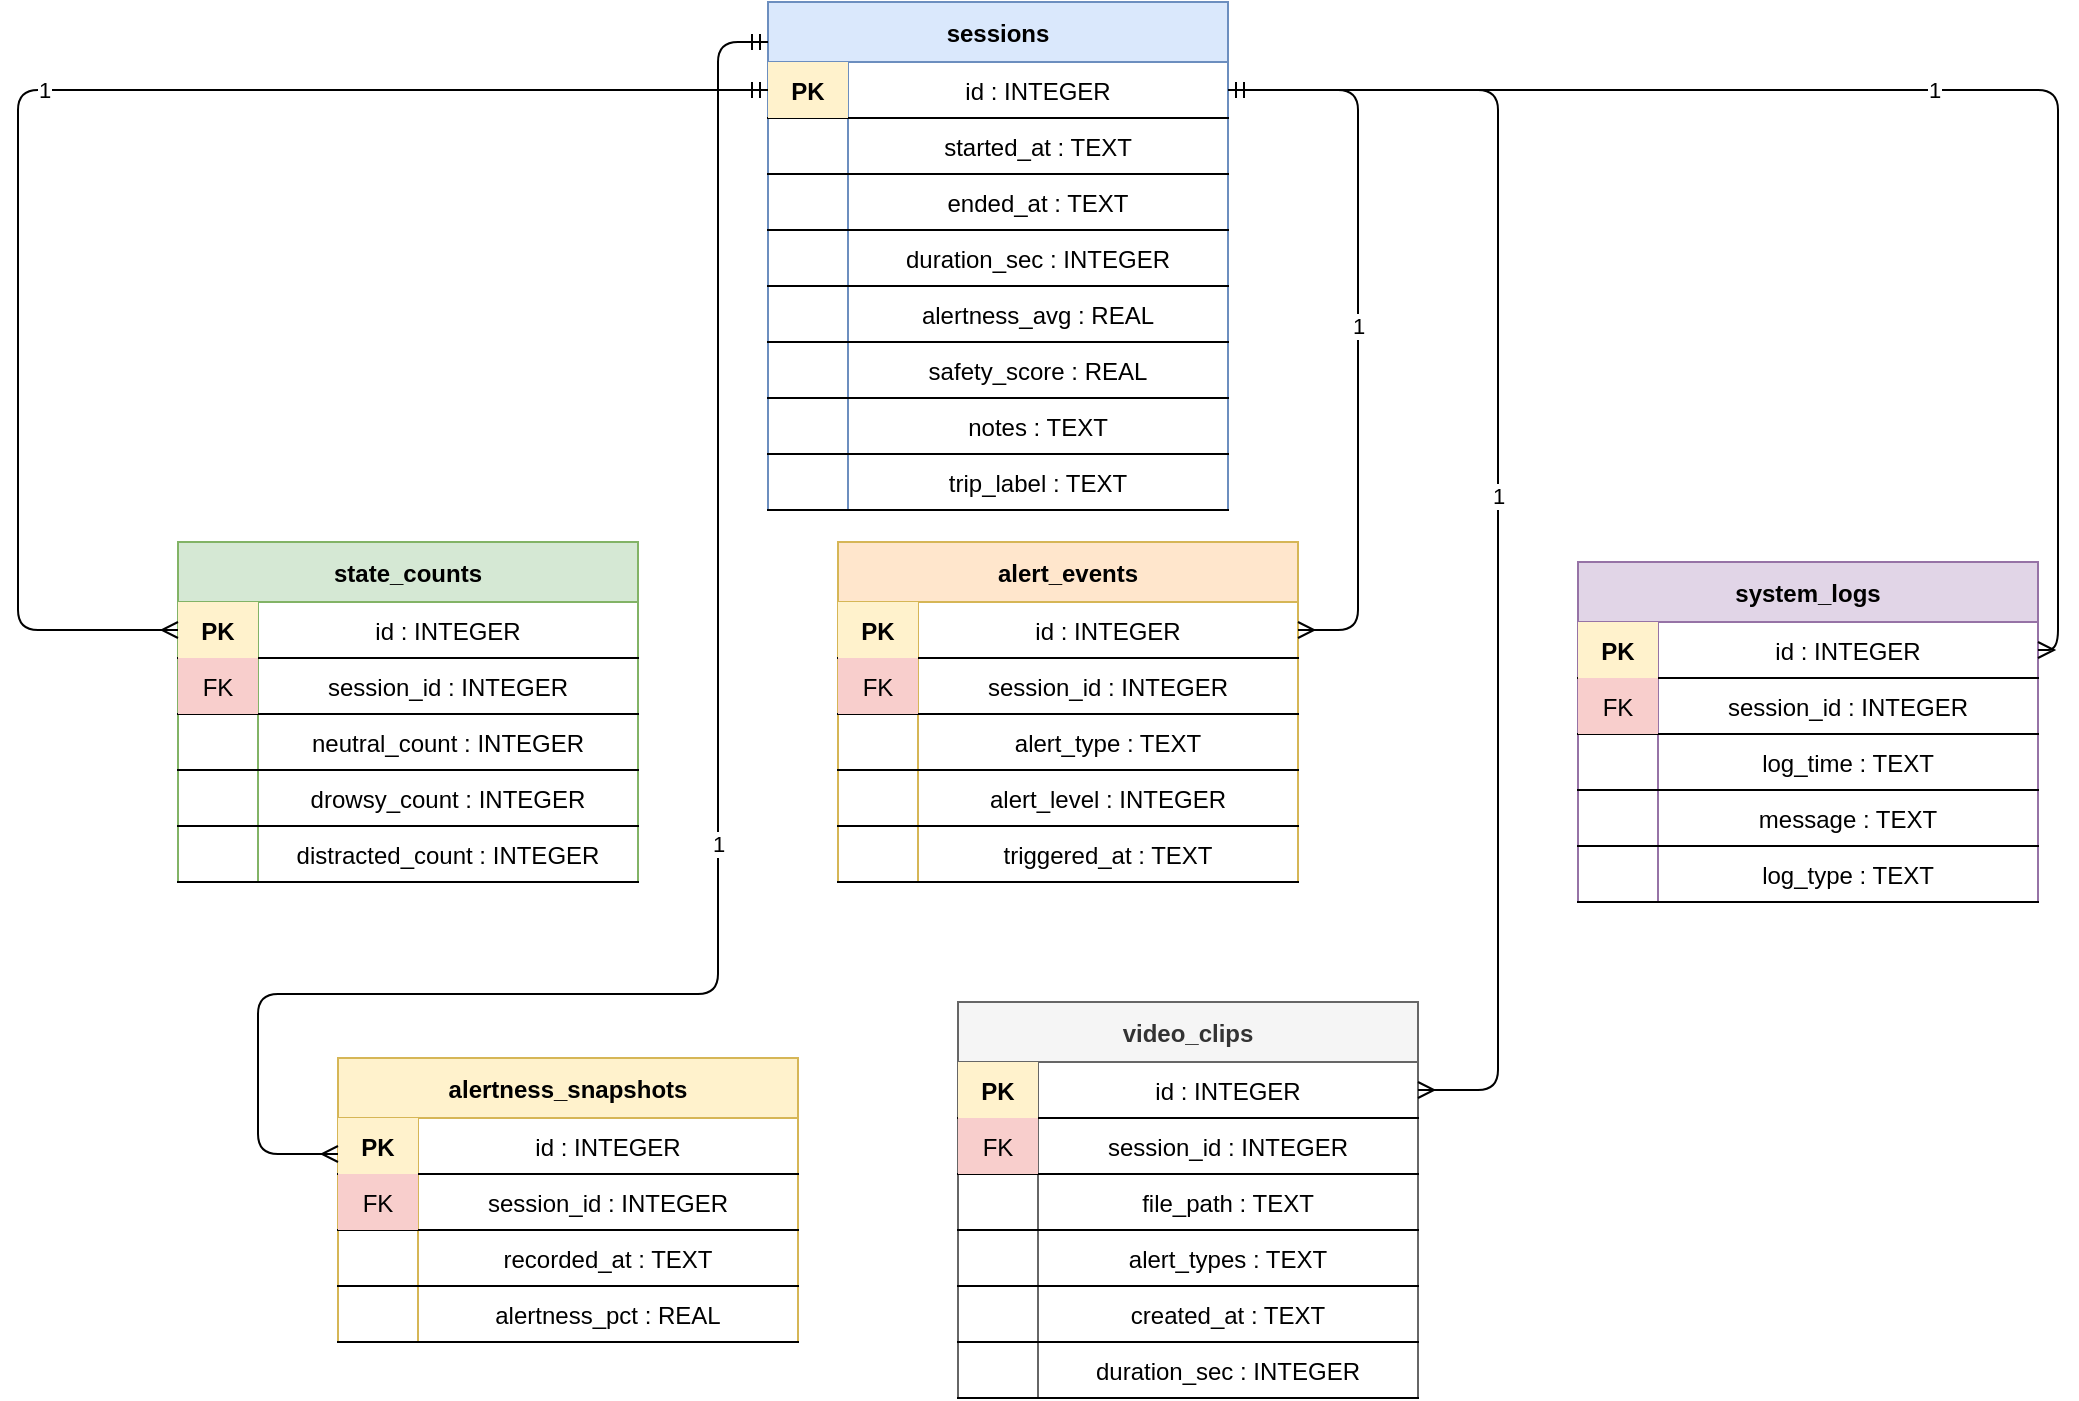
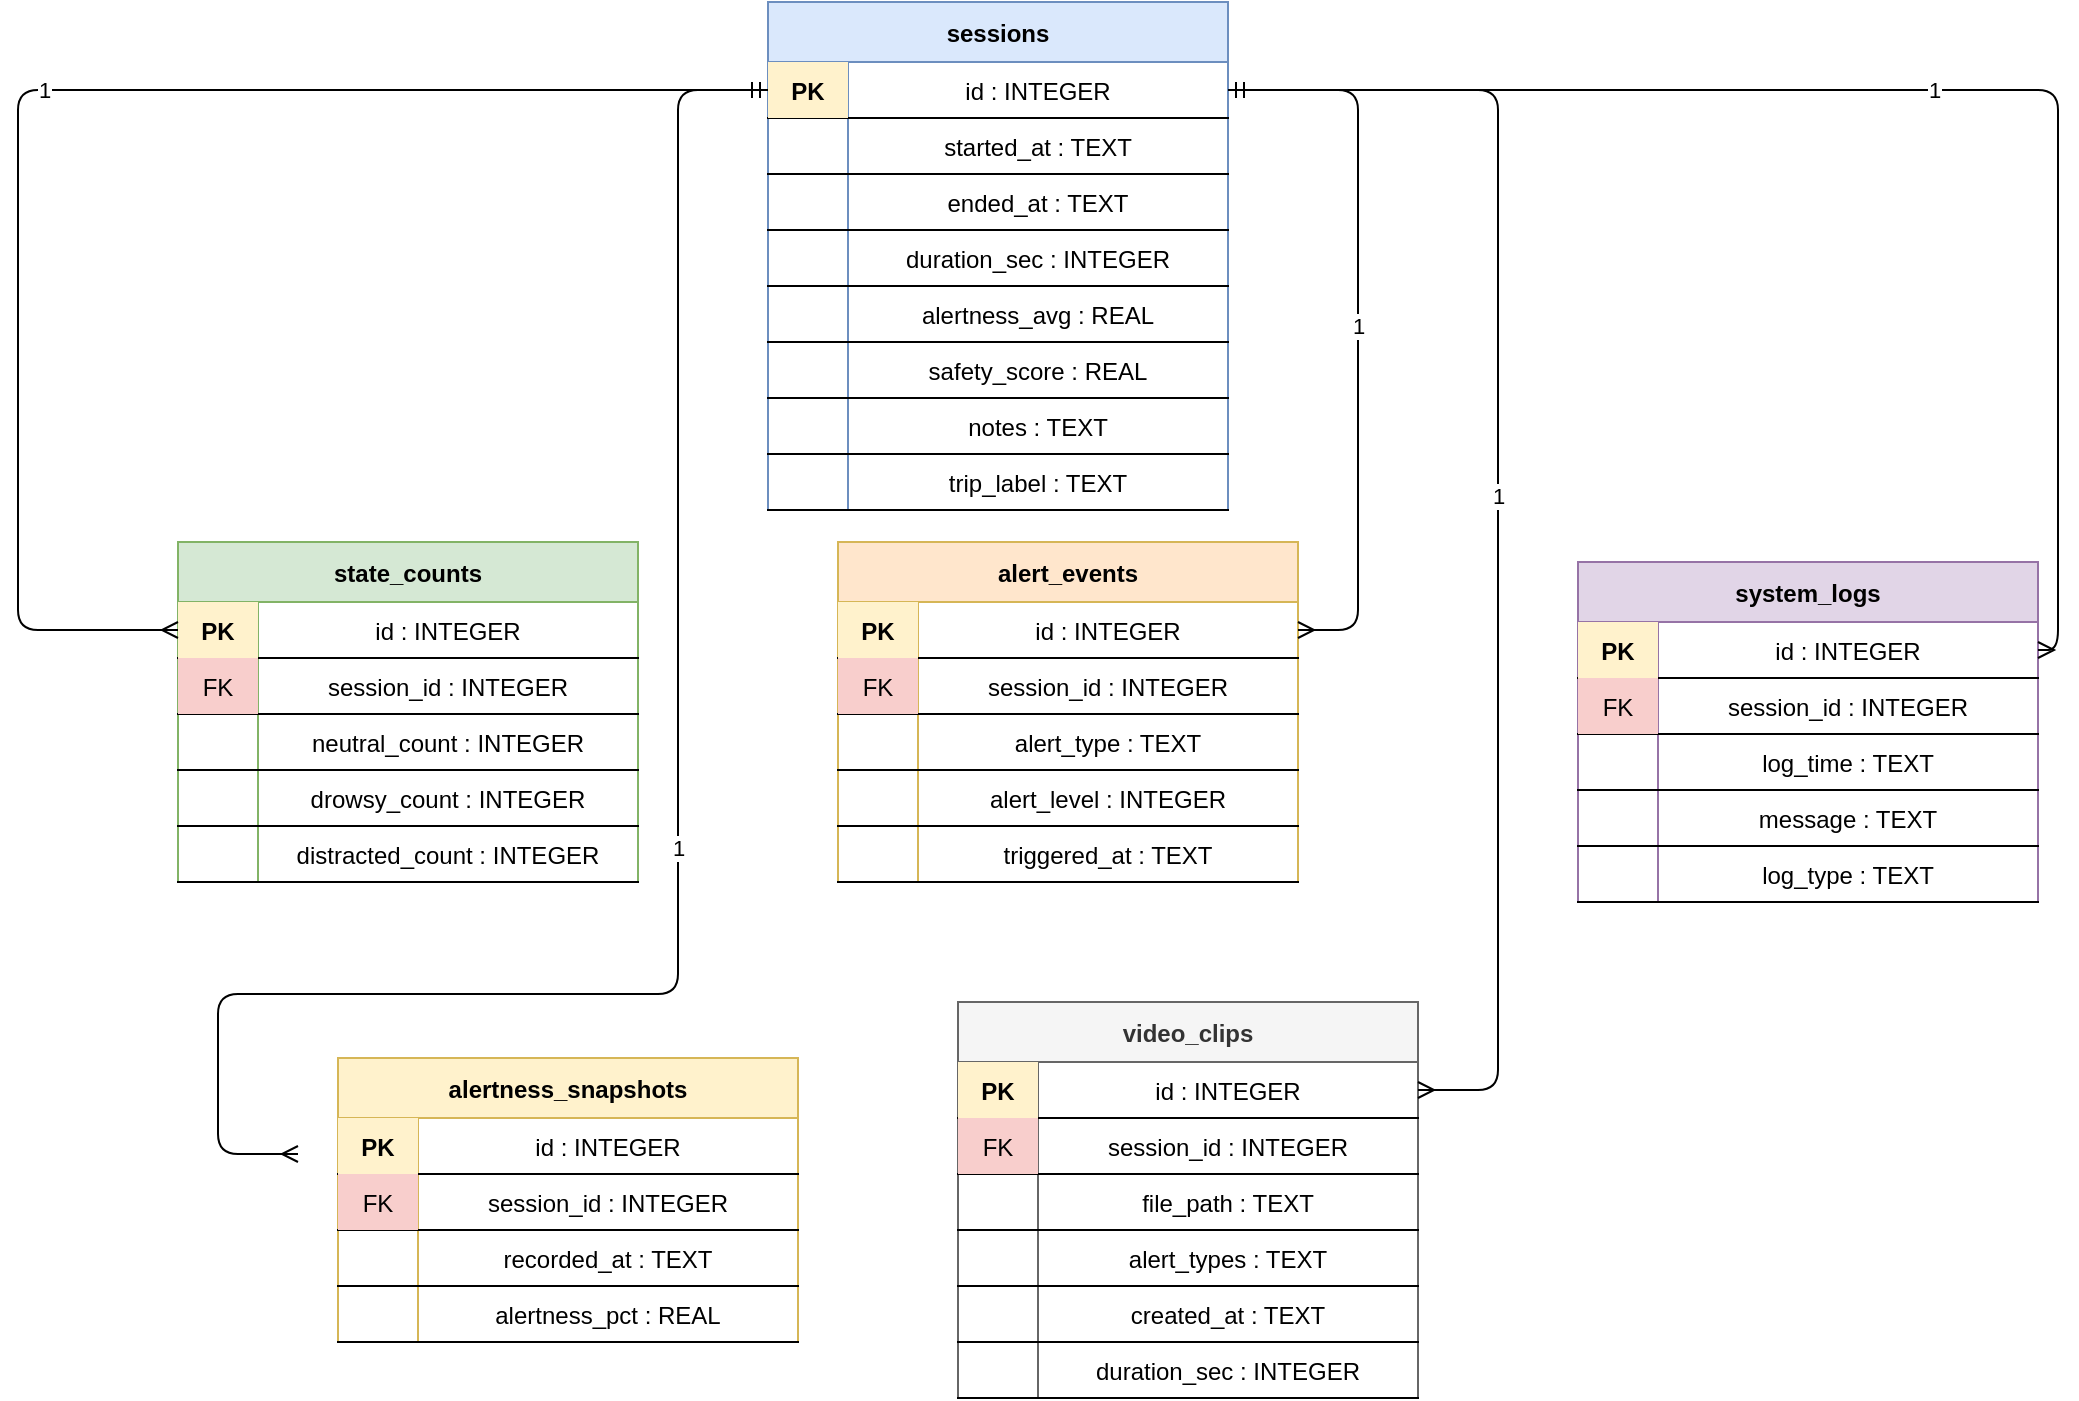
<mxfile host="65bd71144e">
    <diagram id="3hZMo8CsoJe_AjuDr8Tf" name="Page-1">
-         <mxGraphModel dx="1703" dy="868" grid="1" gridSize="10" guides="1" tooltips="1" connect="1" arrows="1" fold="1" page="1" pageScale="1" pageWidth="1169" pageHeight="827" math="0" shadow="0">
+         <mxGraphModel dx="151" dy="77" grid="1" gridSize="10" guides="1" tooltips="1" connect="1" arrows="1" fold="1" page="1" pageScale="1" pageWidth="1169" pageHeight="827" math="0" shadow="0">
            <root>
                <mxCell id="0"/>
                <mxCell id="1" parent="0"/>
                <mxCell id="2" value="sessions" style="shape=table;startSize=30;container=1;collapsible=1;childLayout=tableLayout;fixedRows=1;rowLines=0;fontStyle=1;align=center;resizeLast=1;fillColor=#dae8fc;strokeColor=#6c8ebf;" parent="1" vertex="1">
                    <mxGeometry x="435" y="90" width="230" height="254" as="geometry"/>
                </mxCell>
                <mxCell id="3" value="" style="shape=tableRow;horizontal=0;startSize=0;swimlaneHead=0;swimlaneBody=0;fillColor=none;collapsible=0;dropTarget=0;points=[[0,0.5],[1,0.5]];portConstraint=eastwest;fontSize=12;top=0;left=0;right=0;bottom=1;" parent="2" vertex="1">
                    <mxGeometry y="30" width="230" height="28" as="geometry"/>
                </mxCell>
                <mxCell id="4" value="PK" style="shape=partialRectangle;connectable=0;fillColor=#fff2cc;strokeColor=none;top=0;left=0;bottom=0;right=0;fontStyle=1;overflow=hidden;align=center;" parent="3" vertex="1">
                    <mxGeometry width="40" height="28" as="geometry">
                        <mxRectangle width="40" height="28" as="alternateBounds"/>
                    </mxGeometry>
                </mxCell>
                <mxCell id="5" value="id : INTEGER" style="shape=partialRectangle;connectable=0;fillColor=none;top=0;left=0;bottom=0;right=0;overflow=hidden;" parent="3" vertex="1">
                    <mxGeometry x="40" width="190" height="28" as="geometry">
                        <mxRectangle width="190" height="28" as="alternateBounds"/>
                    </mxGeometry>
                </mxCell>
                <mxCell id="6" value="" style="shape=tableRow;horizontal=0;startSize=0;swimlaneHead=0;swimlaneBody=0;fillColor=none;collapsible=0;dropTarget=0;points=[[0,0.5],[1,0.5]];portConstraint=eastwest;fontSize=12;top=0;left=0;right=0;bottom=1;" parent="2" vertex="1">
                    <mxGeometry y="58" width="230" height="28" as="geometry"/>
                </mxCell>
                <mxCell id="7" value="" style="shape=partialRectangle;connectable=0;fillColor=none;strokeColor=none;top=0;left=0;bottom=0;right=0;overflow=hidden;" parent="6" vertex="1">
                    <mxGeometry width="40" height="28" as="geometry">
                        <mxRectangle width="40" height="28" as="alternateBounds"/>
                    </mxGeometry>
                </mxCell>
                <mxCell id="8" value="started_at : TEXT" style="shape=partialRectangle;connectable=0;fillColor=none;top=0;left=0;bottom=0;right=0;overflow=hidden;" parent="6" vertex="1">
                    <mxGeometry x="40" width="190" height="28" as="geometry">
                        <mxRectangle width="190" height="28" as="alternateBounds"/>
                    </mxGeometry>
                </mxCell>
                <mxCell id="9" value="" style="shape=tableRow;horizontal=0;startSize=0;swimlaneHead=0;swimlaneBody=0;fillColor=none;collapsible=0;dropTarget=0;points=[[0,0.5],[1,0.5]];portConstraint=eastwest;fontSize=12;top=0;left=0;right=0;bottom=1;" parent="2" vertex="1">
                    <mxGeometry y="86" width="230" height="28" as="geometry"/>
                </mxCell>
                <mxCell id="10" value="" style="shape=partialRectangle;connectable=0;fillColor=none;strokeColor=none;top=0;left=0;bottom=0;right=0;overflow=hidden;" parent="9" vertex="1">
                    <mxGeometry width="40" height="28" as="geometry">
                        <mxRectangle width="40" height="28" as="alternateBounds"/>
                    </mxGeometry>
                </mxCell>
                <mxCell id="11" value="ended_at : TEXT" style="shape=partialRectangle;connectable=0;fillColor=none;top=0;left=0;bottom=0;right=0;overflow=hidden;" parent="9" vertex="1">
                    <mxGeometry x="40" width="190" height="28" as="geometry">
                        <mxRectangle width="190" height="28" as="alternateBounds"/>
                    </mxGeometry>
                </mxCell>
                <mxCell id="12" value="" style="shape=tableRow;horizontal=0;startSize=0;swimlaneHead=0;swimlaneBody=0;fillColor=none;collapsible=0;dropTarget=0;points=[[0,0.5],[1,0.5]];portConstraint=eastwest;fontSize=12;top=0;left=0;right=0;bottom=1;" parent="2" vertex="1">
                    <mxGeometry y="114" width="230" height="28" as="geometry"/>
                </mxCell>
                <mxCell id="13" value="" style="shape=partialRectangle;connectable=0;fillColor=none;strokeColor=none;top=0;left=0;bottom=0;right=0;overflow=hidden;" parent="12" vertex="1">
                    <mxGeometry width="40" height="28" as="geometry">
                        <mxRectangle width="40" height="28" as="alternateBounds"/>
                    </mxGeometry>
                </mxCell>
                <mxCell id="14" value="duration_sec : INTEGER" style="shape=partialRectangle;connectable=0;fillColor=none;top=0;left=0;bottom=0;right=0;overflow=hidden;" parent="12" vertex="1">
                    <mxGeometry x="40" width="190" height="28" as="geometry">
                        <mxRectangle width="190" height="28" as="alternateBounds"/>
                    </mxGeometry>
                </mxCell>
                <mxCell id="15" value="" style="shape=tableRow;horizontal=0;startSize=0;swimlaneHead=0;swimlaneBody=0;fillColor=none;collapsible=0;dropTarget=0;points=[[0,0.5],[1,0.5]];portConstraint=eastwest;fontSize=12;top=0;left=0;right=0;bottom=1;" parent="2" vertex="1">
                    <mxGeometry y="142" width="230" height="28" as="geometry"/>
                </mxCell>
                <mxCell id="16" value="" style="shape=partialRectangle;connectable=0;fillColor=none;strokeColor=none;top=0;left=0;bottom=0;right=0;overflow=hidden;" parent="15" vertex="1">
                    <mxGeometry width="40" height="28" as="geometry">
                        <mxRectangle width="40" height="28" as="alternateBounds"/>
                    </mxGeometry>
                </mxCell>
                <mxCell id="17" value="alertness_avg : REAL" style="shape=partialRectangle;connectable=0;fillColor=none;top=0;left=0;bottom=0;right=0;overflow=hidden;" parent="15" vertex="1">
                    <mxGeometry x="40" width="190" height="28" as="geometry">
                        <mxRectangle width="190" height="28" as="alternateBounds"/>
                    </mxGeometry>
                </mxCell>
                <mxCell id="18" value="" style="shape=tableRow;horizontal=0;startSize=0;swimlaneHead=0;swimlaneBody=0;fillColor=none;collapsible=0;dropTarget=0;points=[[0,0.5],[1,0.5]];portConstraint=eastwest;fontSize=12;top=0;left=0;right=0;bottom=1;" parent="2" vertex="1">
                    <mxGeometry y="170" width="230" height="28" as="geometry"/>
                </mxCell>
                <mxCell id="19" value="" style="shape=partialRectangle;connectable=0;fillColor=none;strokeColor=none;top=0;left=0;bottom=0;right=0;overflow=hidden;" parent="18" vertex="1">
                    <mxGeometry width="40" height="28" as="geometry">
                        <mxRectangle width="40" height="28" as="alternateBounds"/>
                    </mxGeometry>
                </mxCell>
                <mxCell id="20" value="safety_score : REAL" style="shape=partialRectangle;connectable=0;fillColor=none;top=0;left=0;bottom=0;right=0;overflow=hidden;" parent="18" vertex="1">
                    <mxGeometry x="40" width="190" height="28" as="geometry">
                        <mxRectangle width="190" height="28" as="alternateBounds"/>
                    </mxGeometry>
                </mxCell>
                <mxCell id="21" value="" style="shape=tableRow;horizontal=0;startSize=0;swimlaneHead=0;swimlaneBody=0;fillColor=none;collapsible=0;dropTarget=0;points=[[0,0.5],[1,0.5]];portConstraint=eastwest;fontSize=12;top=0;left=0;right=0;bottom=1;" parent="2" vertex="1">
                    <mxGeometry y="198" width="230" height="28" as="geometry"/>
                </mxCell>
                <mxCell id="22" value="" style="shape=partialRectangle;connectable=0;fillColor=none;strokeColor=none;top=0;left=0;bottom=0;right=0;overflow=hidden;" parent="21" vertex="1">
                    <mxGeometry width="40" height="28" as="geometry">
                        <mxRectangle width="40" height="28" as="alternateBounds"/>
                    </mxGeometry>
                </mxCell>
                <mxCell id="23" value="notes : TEXT" style="shape=partialRectangle;connectable=0;fillColor=none;top=0;left=0;bottom=0;right=0;overflow=hidden;" parent="21" vertex="1">
                    <mxGeometry x="40" width="190" height="28" as="geometry">
                        <mxRectangle width="190" height="28" as="alternateBounds"/>
                    </mxGeometry>
                </mxCell>
                <mxCell id="24" value="" style="shape=tableRow;horizontal=0;startSize=0;swimlaneHead=0;swimlaneBody=0;fillColor=none;collapsible=0;dropTarget=0;points=[[0,0.5],[1,0.5]];portConstraint=eastwest;fontSize=12;top=0;left=0;right=0;bottom=1;" parent="2" vertex="1">
                    <mxGeometry y="226" width="230" height="28" as="geometry"/>
                </mxCell>
                <mxCell id="25" value="" style="shape=partialRectangle;connectable=0;fillColor=none;strokeColor=none;top=0;left=0;bottom=0;right=0;overflow=hidden;" parent="24" vertex="1">
                    <mxGeometry width="40" height="28" as="geometry">
                        <mxRectangle width="40" height="28" as="alternateBounds"/>
                    </mxGeometry>
                </mxCell>
                <mxCell id="26" value="trip_label : TEXT" style="shape=partialRectangle;connectable=0;fillColor=none;top=0;left=0;bottom=0;right=0;overflow=hidden;" parent="24" vertex="1">
                    <mxGeometry x="40" width="190" height="28" as="geometry">
                        <mxRectangle width="190" height="28" as="alternateBounds"/>
                    </mxGeometry>
                </mxCell>
                <mxCell id="50" value="state_counts" style="shape=table;startSize=30;container=1;collapsible=1;childLayout=tableLayout;fixedRows=1;rowLines=0;fontStyle=1;align=center;resizeLast=1;fillColor=#d5e8d4;strokeColor=#82b366;" parent="1" vertex="1">
                    <mxGeometry x="140" y="360" width="230" height="170" as="geometry"/>
                </mxCell>
                <mxCell id="51" value="" style="shape=tableRow;horizontal=0;startSize=0;swimlaneHead=0;swimlaneBody=0;fillColor=none;collapsible=0;dropTarget=0;points=[[0,0.5],[1,0.5]];portConstraint=eastwest;fontSize=12;top=0;left=0;right=0;bottom=1;" parent="50" vertex="1">
                    <mxGeometry y="30" width="230" height="28" as="geometry"/>
                </mxCell>
                <mxCell id="52" value="PK" style="shape=partialRectangle;connectable=0;fillColor=#fff2cc;strokeColor=none;top=0;left=0;bottom=0;right=0;fontStyle=1;overflow=hidden;align=center;" parent="51" vertex="1">
                    <mxGeometry width="40" height="28" as="geometry">
                        <mxRectangle width="40" height="28" as="alternateBounds"/>
                    </mxGeometry>
                </mxCell>
                <mxCell id="53" value="id : INTEGER" style="shape=partialRectangle;connectable=0;fillColor=none;top=0;left=0;bottom=0;right=0;overflow=hidden;" parent="51" vertex="1">
                    <mxGeometry x="40" width="190" height="28" as="geometry">
                        <mxRectangle width="190" height="28" as="alternateBounds"/>
                    </mxGeometry>
                </mxCell>
                <mxCell id="54" value="" style="shape=tableRow;horizontal=0;startSize=0;swimlaneHead=0;swimlaneBody=0;fillColor=none;collapsible=0;dropTarget=0;points=[[0,0.5],[1,0.5]];portConstraint=eastwest;fontSize=12;top=0;left=0;right=0;bottom=1;" parent="50" vertex="1">
                    <mxGeometry y="58" width="230" height="28" as="geometry"/>
                </mxCell>
                <mxCell id="55" value="FK" style="shape=partialRectangle;connectable=0;fillColor=#f8cecc;strokeColor=none;top=0;left=0;bottom=0;right=0;overflow=hidden;align=center;" parent="54" vertex="1">
                    <mxGeometry width="40" height="28" as="geometry">
                        <mxRectangle width="40" height="28" as="alternateBounds"/>
                    </mxGeometry>
                </mxCell>
                <mxCell id="56" value="session_id : INTEGER" style="shape=partialRectangle;connectable=0;fillColor=none;top=0;left=0;bottom=0;right=0;overflow=hidden;" parent="54" vertex="1">
                    <mxGeometry x="40" width="190" height="28" as="geometry">
                        <mxRectangle width="190" height="28" as="alternateBounds"/>
                    </mxGeometry>
                </mxCell>
                <mxCell id="57" value="" style="shape=tableRow;horizontal=0;startSize=0;swimlaneHead=0;swimlaneBody=0;fillColor=none;collapsible=0;dropTarget=0;points=[[0,0.5],[1,0.5]];portConstraint=eastwest;fontSize=12;top=0;left=0;right=0;bottom=1;" parent="50" vertex="1">
                    <mxGeometry y="86" width="230" height="28" as="geometry"/>
                </mxCell>
                <mxCell id="58" value="" style="shape=partialRectangle;connectable=0;fillColor=none;strokeColor=none;top=0;left=0;bottom=0;right=0;overflow=hidden;" parent="57" vertex="1">
                    <mxGeometry width="40" height="28" as="geometry">
                        <mxRectangle width="40" height="28" as="alternateBounds"/>
                    </mxGeometry>
                </mxCell>
                <mxCell id="59" value="neutral_count : INTEGER" style="shape=partialRectangle;connectable=0;fillColor=none;top=0;left=0;bottom=0;right=0;overflow=hidden;" parent="57" vertex="1">
                    <mxGeometry x="40" width="190" height="28" as="geometry">
                        <mxRectangle width="190" height="28" as="alternateBounds"/>
                    </mxGeometry>
                </mxCell>
                <mxCell id="60" value="" style="shape=tableRow;horizontal=0;startSize=0;swimlaneHead=0;swimlaneBody=0;fillColor=none;collapsible=0;dropTarget=0;points=[[0,0.5],[1,0.5]];portConstraint=eastwest;fontSize=12;top=0;left=0;right=0;bottom=1;" parent="50" vertex="1">
                    <mxGeometry y="114" width="230" height="28" as="geometry"/>
                </mxCell>
                <mxCell id="61" value="" style="shape=partialRectangle;connectable=0;fillColor=none;strokeColor=none;top=0;left=0;bottom=0;right=0;overflow=hidden;" parent="60" vertex="1">
                    <mxGeometry width="40" height="28" as="geometry">
                        <mxRectangle width="40" height="28" as="alternateBounds"/>
                    </mxGeometry>
                </mxCell>
                <mxCell id="62" value="drowsy_count : INTEGER" style="shape=partialRectangle;connectable=0;fillColor=none;top=0;left=0;bottom=0;right=0;overflow=hidden;" parent="60" vertex="1">
                    <mxGeometry x="40" width="190" height="28" as="geometry">
                        <mxRectangle width="190" height="28" as="alternateBounds"/>
                    </mxGeometry>
                </mxCell>
                <mxCell id="63" value="" style="shape=tableRow;horizontal=0;startSize=0;swimlaneHead=0;swimlaneBody=0;fillColor=none;collapsible=0;dropTarget=0;points=[[0,0.5],[1,0.5]];portConstraint=eastwest;fontSize=12;top=0;left=0;right=0;bottom=1;" parent="50" vertex="1">
                    <mxGeometry y="142" width="230" height="28" as="geometry"/>
                </mxCell>
                <mxCell id="64" value="" style="shape=partialRectangle;connectable=0;fillColor=none;strokeColor=none;top=0;left=0;bottom=0;right=0;overflow=hidden;" parent="63" vertex="1">
                    <mxGeometry width="40" height="28" as="geometry">
                        <mxRectangle width="40" height="28" as="alternateBounds"/>
                    </mxGeometry>
                </mxCell>
                <mxCell id="65" value="distracted_count : INTEGER" style="shape=partialRectangle;connectable=0;fillColor=none;top=0;left=0;bottom=0;right=0;overflow=hidden;" parent="63" vertex="1">
                    <mxGeometry x="40" width="190" height="28" as="geometry">
                        <mxRectangle width="190" height="28" as="alternateBounds"/>
                    </mxGeometry>
                </mxCell>
                <mxCell id="100" value="alert_events" style="shape=table;startSize=30;container=1;collapsible=1;childLayout=tableLayout;fixedRows=1;rowLines=0;fontStyle=1;align=center;resizeLast=1;fillColor=#ffe6cc;strokeColor=#d6b656;" parent="1" vertex="1">
                    <mxGeometry x="470" y="360" width="230" height="170" as="geometry"/>
                </mxCell>
                <mxCell id="101" value="" style="shape=tableRow;horizontal=0;startSize=0;swimlaneHead=0;swimlaneBody=0;fillColor=none;collapsible=0;dropTarget=0;points=[[0,0.5],[1,0.5]];portConstraint=eastwest;fontSize=12;top=0;left=0;right=0;bottom=1;" parent="100" vertex="1">
                    <mxGeometry y="30" width="230" height="28" as="geometry"/>
                </mxCell>
                <mxCell id="102" value="PK" style="shape=partialRectangle;connectable=0;fillColor=#fff2cc;strokeColor=none;top=0;left=0;bottom=0;right=0;fontStyle=1;overflow=hidden;align=center;" parent="101" vertex="1">
                    <mxGeometry width="40" height="28" as="geometry">
                        <mxRectangle width="40" height="28" as="alternateBounds"/>
                    </mxGeometry>
                </mxCell>
                <mxCell id="103" value="id : INTEGER" style="shape=partialRectangle;connectable=0;fillColor=none;top=0;left=0;bottom=0;right=0;overflow=hidden;" parent="101" vertex="1">
                    <mxGeometry x="40" width="190" height="28" as="geometry">
                        <mxRectangle width="190" height="28" as="alternateBounds"/>
                    </mxGeometry>
                </mxCell>
                <mxCell id="104" value="" style="shape=tableRow;horizontal=0;startSize=0;swimlaneHead=0;swimlaneBody=0;fillColor=none;collapsible=0;dropTarget=0;points=[[0,0.5],[1,0.5]];portConstraint=eastwest;fontSize=12;top=0;left=0;right=0;bottom=1;" parent="100" vertex="1">
                    <mxGeometry y="58" width="230" height="28" as="geometry"/>
                </mxCell>
                <mxCell id="105" value="FK" style="shape=partialRectangle;connectable=0;fillColor=#f8cecc;strokeColor=none;top=0;left=0;bottom=0;right=0;overflow=hidden;align=center;" parent="104" vertex="1">
                    <mxGeometry width="40" height="28" as="geometry">
                        <mxRectangle width="40" height="28" as="alternateBounds"/>
                    </mxGeometry>
                </mxCell>
                <mxCell id="106" value="session_id : INTEGER" style="shape=partialRectangle;connectable=0;fillColor=none;top=0;left=0;bottom=0;right=0;overflow=hidden;" parent="104" vertex="1">
                    <mxGeometry x="40" width="190" height="28" as="geometry">
                        <mxRectangle width="190" height="28" as="alternateBounds"/>
                    </mxGeometry>
                </mxCell>
                <mxCell id="107" value="" style="shape=tableRow;horizontal=0;startSize=0;swimlaneHead=0;swimlaneBody=0;fillColor=none;collapsible=0;dropTarget=0;points=[[0,0.5],[1,0.5]];portConstraint=eastwest;fontSize=12;top=0;left=0;right=0;bottom=1;" parent="100" vertex="1">
                    <mxGeometry y="86" width="230" height="28" as="geometry"/>
                </mxCell>
                <mxCell id="108" value="" style="shape=partialRectangle;connectable=0;fillColor=none;strokeColor=none;top=0;left=0;bottom=0;right=0;overflow=hidden;" parent="107" vertex="1">
                    <mxGeometry width="40" height="28" as="geometry">
                        <mxRectangle width="40" height="28" as="alternateBounds"/>
                    </mxGeometry>
                </mxCell>
                <mxCell id="109" value="alert_type : TEXT" style="shape=partialRectangle;connectable=0;fillColor=none;top=0;left=0;bottom=0;right=0;overflow=hidden;" parent="107" vertex="1">
                    <mxGeometry x="40" width="190" height="28" as="geometry">
                        <mxRectangle width="190" height="28" as="alternateBounds"/>
                    </mxGeometry>
                </mxCell>
                <mxCell id="110" value="" style="shape=tableRow;horizontal=0;startSize=0;swimlaneHead=0;swimlaneBody=0;fillColor=none;collapsible=0;dropTarget=0;points=[[0,0.5],[1,0.5]];portConstraint=eastwest;fontSize=12;top=0;left=0;right=0;bottom=1;" parent="100" vertex="1">
                    <mxGeometry y="114" width="230" height="28" as="geometry"/>
                </mxCell>
                <mxCell id="111" value="" style="shape=partialRectangle;connectable=0;fillColor=none;strokeColor=none;top=0;left=0;bottom=0;right=0;overflow=hidden;" parent="110" vertex="1">
                    <mxGeometry width="40" height="28" as="geometry">
                        <mxRectangle width="40" height="28" as="alternateBounds"/>
                    </mxGeometry>
                </mxCell>
                <mxCell id="112" value="alert_level : INTEGER" style="shape=partialRectangle;connectable=0;fillColor=none;top=0;left=0;bottom=0;right=0;overflow=hidden;" parent="110" vertex="1">
                    <mxGeometry x="40" width="190" height="28" as="geometry">
                        <mxRectangle width="190" height="28" as="alternateBounds"/>
                    </mxGeometry>
                </mxCell>
                <mxCell id="113" value="" style="shape=tableRow;horizontal=0;startSize=0;swimlaneHead=0;swimlaneBody=0;fillColor=none;collapsible=0;dropTarget=0;points=[[0,0.5],[1,0.5]];portConstraint=eastwest;fontSize=12;top=0;left=0;right=0;bottom=1;" parent="100" vertex="1">
                    <mxGeometry y="142" width="230" height="28" as="geometry"/>
                </mxCell>
                <mxCell id="114" value="" style="shape=partialRectangle;connectable=0;fillColor=none;strokeColor=none;top=0;left=0;bottom=0;right=0;overflow=hidden;" parent="113" vertex="1">
                    <mxGeometry width="40" height="28" as="geometry">
                        <mxRectangle width="40" height="28" as="alternateBounds"/>
                    </mxGeometry>
                </mxCell>
                <mxCell id="115" value="triggered_at : TEXT" style="shape=partialRectangle;connectable=0;fillColor=none;top=0;left=0;bottom=0;right=0;overflow=hidden;" parent="113" vertex="1">
                    <mxGeometry x="40" width="190" height="28" as="geometry">
                        <mxRectangle width="190" height="28" as="alternateBounds"/>
                    </mxGeometry>
                </mxCell>
                <mxCell id="150" value="system_logs" style="shape=table;startSize=30;container=1;collapsible=1;childLayout=tableLayout;fixedRows=1;rowLines=0;fontStyle=1;align=center;resizeLast=1;fillColor=#e1d5e7;strokeColor=#9673a6;" parent="1" vertex="1">
                    <mxGeometry x="840" y="370" width="230" height="170" as="geometry"/>
                </mxCell>
                <mxCell id="151" value="" style="shape=tableRow;horizontal=0;startSize=0;swimlaneHead=0;swimlaneBody=0;fillColor=none;collapsible=0;dropTarget=0;points=[[0,0.5],[1,0.5]];portConstraint=eastwest;fontSize=12;top=0;left=0;right=0;bottom=1;" parent="150" vertex="1">
                    <mxGeometry y="30" width="230" height="28" as="geometry"/>
                </mxCell>
                <mxCell id="152" value="PK" style="shape=partialRectangle;connectable=0;fillColor=#fff2cc;strokeColor=none;top=0;left=0;bottom=0;right=0;fontStyle=1;overflow=hidden;align=center;" parent="151" vertex="1">
                    <mxGeometry width="40" height="28" as="geometry">
                        <mxRectangle width="40" height="28" as="alternateBounds"/>
                    </mxGeometry>
                </mxCell>
                <mxCell id="153" value="id : INTEGER" style="shape=partialRectangle;connectable=0;fillColor=none;top=0;left=0;bottom=0;right=0;overflow=hidden;" parent="151" vertex="1">
                    <mxGeometry x="40" width="190" height="28" as="geometry">
                        <mxRectangle width="190" height="28" as="alternateBounds"/>
                    </mxGeometry>
                </mxCell>
                <mxCell id="154" value="" style="shape=tableRow;horizontal=0;startSize=0;swimlaneHead=0;swimlaneBody=0;fillColor=none;collapsible=0;dropTarget=0;points=[[0,0.5],[1,0.5]];portConstraint=eastwest;fontSize=12;top=0;left=0;right=0;bottom=1;" parent="150" vertex="1">
                    <mxGeometry y="58" width="230" height="28" as="geometry"/>
                </mxCell>
                <mxCell id="155" value="FK" style="shape=partialRectangle;connectable=0;fillColor=#f8cecc;strokeColor=none;top=0;left=0;bottom=0;right=0;overflow=hidden;align=center;" parent="154" vertex="1">
                    <mxGeometry width="40" height="28" as="geometry">
                        <mxRectangle width="40" height="28" as="alternateBounds"/>
                    </mxGeometry>
                </mxCell>
                <mxCell id="156" value="session_id : INTEGER" style="shape=partialRectangle;connectable=0;fillColor=none;top=0;left=0;bottom=0;right=0;overflow=hidden;" parent="154" vertex="1">
                    <mxGeometry x="40" width="190" height="28" as="geometry">
                        <mxRectangle width="190" height="28" as="alternateBounds"/>
                    </mxGeometry>
                </mxCell>
                <mxCell id="157" value="" style="shape=tableRow;horizontal=0;startSize=0;swimlaneHead=0;swimlaneBody=0;fillColor=none;collapsible=0;dropTarget=0;points=[[0,0.5],[1,0.5]];portConstraint=eastwest;fontSize=12;top=0;left=0;right=0;bottom=1;" parent="150" vertex="1">
                    <mxGeometry y="86" width="230" height="28" as="geometry"/>
                </mxCell>
                <mxCell id="158" value="" style="shape=partialRectangle;connectable=0;fillColor=none;strokeColor=none;top=0;left=0;bottom=0;right=0;overflow=hidden;" parent="157" vertex="1">
                    <mxGeometry width="40" height="28" as="geometry">
                        <mxRectangle width="40" height="28" as="alternateBounds"/>
                    </mxGeometry>
                </mxCell>
                <mxCell id="159" value="log_time : TEXT" style="shape=partialRectangle;connectable=0;fillColor=none;top=0;left=0;bottom=0;right=0;overflow=hidden;" parent="157" vertex="1">
                    <mxGeometry x="40" width="190" height="28" as="geometry">
                        <mxRectangle width="190" height="28" as="alternateBounds"/>
                    </mxGeometry>
                </mxCell>
                <mxCell id="160" value="" style="shape=tableRow;horizontal=0;startSize=0;swimlaneHead=0;swimlaneBody=0;fillColor=none;collapsible=0;dropTarget=0;points=[[0,0.5],[1,0.5]];portConstraint=eastwest;fontSize=12;top=0;left=0;right=0;bottom=1;" parent="150" vertex="1">
                    <mxGeometry y="114" width="230" height="28" as="geometry"/>
                </mxCell>
                <mxCell id="161" value="" style="shape=partialRectangle;connectable=0;fillColor=none;strokeColor=none;top=0;left=0;bottom=0;right=0;overflow=hidden;" parent="160" vertex="1">
                    <mxGeometry width="40" height="28" as="geometry">
                        <mxRectangle width="40" height="28" as="alternateBounds"/>
                    </mxGeometry>
                </mxCell>
                <mxCell id="162" value="message : TEXT" style="shape=partialRectangle;connectable=0;fillColor=none;top=0;left=0;bottom=0;right=0;overflow=hidden;" parent="160" vertex="1">
                    <mxGeometry x="40" width="190" height="28" as="geometry">
                        <mxRectangle width="190" height="28" as="alternateBounds"/>
                    </mxGeometry>
                </mxCell>
                <mxCell id="163" value="" style="shape=tableRow;horizontal=0;startSize=0;swimlaneHead=0;swimlaneBody=0;fillColor=none;collapsible=0;dropTarget=0;points=[[0,0.5],[1,0.5]];portConstraint=eastwest;fontSize=12;top=0;left=0;right=0;bottom=1;" parent="150" vertex="1">
                    <mxGeometry y="142" width="230" height="28" as="geometry"/>
                </mxCell>
                <mxCell id="164" value="" style="shape=partialRectangle;connectable=0;fillColor=none;strokeColor=none;top=0;left=0;bottom=0;right=0;overflow=hidden;" parent="163" vertex="1">
                    <mxGeometry width="40" height="28" as="geometry">
                        <mxRectangle width="40" height="28" as="alternateBounds"/>
                    </mxGeometry>
                </mxCell>
                <mxCell id="165" value="log_type : TEXT" style="shape=partialRectangle;connectable=0;fillColor=none;top=0;left=0;bottom=0;right=0;overflow=hidden;" parent="163" vertex="1">
                    <mxGeometry x="40" width="190" height="28" as="geometry">
                        <mxRectangle width="190" height="28" as="alternateBounds"/>
                    </mxGeometry>
                </mxCell>
                <mxCell id="200" value="alertness_snapshots" style="shape=table;startSize=30;container=1;collapsible=1;childLayout=tableLayout;fixedRows=1;rowLines=0;fontStyle=1;align=center;resizeLast=1;fillColor=#fff2cc;strokeColor=#d6b656;" parent="1" vertex="1">
                    <mxGeometry x="220" y="618" width="230" height="142" as="geometry"/>
                </mxCell>
                <mxCell id="201" value="" style="shape=tableRow;horizontal=0;startSize=0;swimlaneHead=0;swimlaneBody=0;fillColor=none;collapsible=0;dropTarget=0;points=[[0,0.5],[1,0.5]];portConstraint=eastwest;fontSize=12;top=0;left=0;right=0;bottom=1;" parent="200" vertex="1">
                    <mxGeometry y="30" width="230" height="28" as="geometry"/>
                </mxCell>
                <mxCell id="202" value="PK" style="shape=partialRectangle;connectable=0;fillColor=#fff2cc;strokeColor=none;top=0;left=0;bottom=0;right=0;fontStyle=1;overflow=hidden;align=center;" parent="201" vertex="1">
                    <mxGeometry width="40" height="28" as="geometry">
                        <mxRectangle width="40" height="28" as="alternateBounds"/>
                    </mxGeometry>
                </mxCell>
                <mxCell id="203" value="id : INTEGER" style="shape=partialRectangle;connectable=0;fillColor=none;top=0;left=0;bottom=0;right=0;overflow=hidden;" parent="201" vertex="1">
                    <mxGeometry x="40" width="190" height="28" as="geometry">
                        <mxRectangle width="190" height="28" as="alternateBounds"/>
                    </mxGeometry>
                </mxCell>
                <mxCell id="204" value="" style="shape=tableRow;horizontal=0;startSize=0;swimlaneHead=0;swimlaneBody=0;fillColor=none;collapsible=0;dropTarget=0;points=[[0,0.5],[1,0.5]];portConstraint=eastwest;fontSize=12;top=0;left=0;right=0;bottom=1;" parent="200" vertex="1">
                    <mxGeometry y="58" width="230" height="28" as="geometry"/>
                </mxCell>
                <mxCell id="205" value="FK" style="shape=partialRectangle;connectable=0;fillColor=#f8cecc;strokeColor=none;top=0;left=0;bottom=0;right=0;overflow=hidden;align=center;" parent="204" vertex="1">
                    <mxGeometry width="40" height="28" as="geometry">
                        <mxRectangle width="40" height="28" as="alternateBounds"/>
                    </mxGeometry>
                </mxCell>
                <mxCell id="206" value="session_id : INTEGER" style="shape=partialRectangle;connectable=0;fillColor=none;top=0;left=0;bottom=0;right=0;overflow=hidden;" parent="204" vertex="1">
                    <mxGeometry x="40" width="190" height="28" as="geometry">
                        <mxRectangle width="190" height="28" as="alternateBounds"/>
                    </mxGeometry>
                </mxCell>
                <mxCell id="207" value="" style="shape=tableRow;horizontal=0;startSize=0;swimlaneHead=0;swimlaneBody=0;fillColor=none;collapsible=0;dropTarget=0;points=[[0,0.5],[1,0.5]];portConstraint=eastwest;fontSize=12;top=0;left=0;right=0;bottom=1;" parent="200" vertex="1">
                    <mxGeometry y="86" width="230" height="28" as="geometry"/>
                </mxCell>
                <mxCell id="208" value="" style="shape=partialRectangle;connectable=0;fillColor=none;strokeColor=none;top=0;left=0;bottom=0;right=0;overflow=hidden;" parent="207" vertex="1">
                    <mxGeometry width="40" height="28" as="geometry">
                        <mxRectangle width="40" height="28" as="alternateBounds"/>
                    </mxGeometry>
                </mxCell>
                <mxCell id="209" value="recorded_at : TEXT" style="shape=partialRectangle;connectable=0;fillColor=none;top=0;left=0;bottom=0;right=0;overflow=hidden;" parent="207" vertex="1">
                    <mxGeometry x="40" width="190" height="28" as="geometry">
                        <mxRectangle width="190" height="28" as="alternateBounds"/>
                    </mxGeometry>
                </mxCell>
                <mxCell id="210" value="" style="shape=tableRow;horizontal=0;startSize=0;swimlaneHead=0;swimlaneBody=0;fillColor=none;collapsible=0;dropTarget=0;points=[[0,0.5],[1,0.5]];portConstraint=eastwest;fontSize=12;top=0;left=0;right=0;bottom=1;" parent="200" vertex="1">
                    <mxGeometry y="114" width="230" height="28" as="geometry"/>
                </mxCell>
                <mxCell id="211" value="" style="shape=partialRectangle;connectable=0;fillColor=none;strokeColor=none;top=0;left=0;bottom=0;right=0;overflow=hidden;" parent="210" vertex="1">
                    <mxGeometry width="40" height="28" as="geometry">
                        <mxRectangle width="40" height="28" as="alternateBounds"/>
                    </mxGeometry>
                </mxCell>
                <mxCell id="212" value="alertness_pct : REAL" style="shape=partialRectangle;connectable=0;fillColor=none;top=0;left=0;bottom=0;right=0;overflow=hidden;" parent="210" vertex="1">
                    <mxGeometry x="40" width="190" height="28" as="geometry">
                        <mxRectangle width="190" height="28" as="alternateBounds"/>
                    </mxGeometry>
                </mxCell>
                <mxCell id="250" value="video_clips" style="shape=table;startSize=30;container=1;collapsible=1;childLayout=tableLayout;fixedRows=1;rowLines=0;fontStyle=1;align=center;resizeLast=1;fillColor=#f5f5f5;strokeColor=#666666;fontColor=#333333;" parent="1" vertex="1">
                    <mxGeometry x="530" y="590" width="230" height="198" as="geometry"/>
                </mxCell>
                <mxCell id="251" value="" style="shape=tableRow;horizontal=0;startSize=0;swimlaneHead=0;swimlaneBody=0;fillColor=none;collapsible=0;dropTarget=0;points=[[0,0.5],[1,0.5]];portConstraint=eastwest;fontSize=12;top=0;left=0;right=0;bottom=1;" parent="250" vertex="1">
                    <mxGeometry y="30" width="230" height="28" as="geometry"/>
                </mxCell>
                <mxCell id="252" value="PK" style="shape=partialRectangle;connectable=0;fillColor=#fff2cc;strokeColor=none;top=0;left=0;bottom=0;right=0;fontStyle=1;overflow=hidden;align=center;" parent="251" vertex="1">
                    <mxGeometry width="40" height="28" as="geometry">
                        <mxRectangle width="40" height="28" as="alternateBounds"/>
                    </mxGeometry>
                </mxCell>
                <mxCell id="253" value="id : INTEGER" style="shape=partialRectangle;connectable=0;fillColor=none;top=0;left=0;bottom=0;right=0;overflow=hidden;" parent="251" vertex="1">
                    <mxGeometry x="40" width="190" height="28" as="geometry">
                        <mxRectangle width="190" height="28" as="alternateBounds"/>
                    </mxGeometry>
                </mxCell>
                <mxCell id="254" value="" style="shape=tableRow;horizontal=0;startSize=0;swimlaneHead=0;swimlaneBody=0;fillColor=none;collapsible=0;dropTarget=0;points=[[0,0.5],[1,0.5]];portConstraint=eastwest;fontSize=12;top=0;left=0;right=0;bottom=1;" parent="250" vertex="1">
                    <mxGeometry y="58" width="230" height="28" as="geometry"/>
                </mxCell>
                <mxCell id="255" value="FK" style="shape=partialRectangle;connectable=0;fillColor=#f8cecc;strokeColor=none;top=0;left=0;bottom=0;right=0;overflow=hidden;align=center;" parent="254" vertex="1">
                    <mxGeometry width="40" height="28" as="geometry">
                        <mxRectangle width="40" height="28" as="alternateBounds"/>
                    </mxGeometry>
                </mxCell>
                <mxCell id="256" value="session_id : INTEGER" style="shape=partialRectangle;connectable=0;fillColor=none;top=0;left=0;bottom=0;right=0;overflow=hidden;" parent="254" vertex="1">
                    <mxGeometry x="40" width="190" height="28" as="geometry">
                        <mxRectangle width="190" height="28" as="alternateBounds"/>
                    </mxGeometry>
                </mxCell>
                <mxCell id="257" value="" style="shape=tableRow;horizontal=0;startSize=0;swimlaneHead=0;swimlaneBody=0;fillColor=none;collapsible=0;dropTarget=0;points=[[0,0.5],[1,0.5]];portConstraint=eastwest;fontSize=12;top=0;left=0;right=0;bottom=1;" parent="250" vertex="1">
                    <mxGeometry y="86" width="230" height="28" as="geometry"/>
                </mxCell>
                <mxCell id="258" value="" style="shape=partialRectangle;connectable=0;fillColor=none;strokeColor=none;top=0;left=0;bottom=0;right=0;overflow=hidden;" parent="257" vertex="1">
                    <mxGeometry width="40" height="28" as="geometry">
                        <mxRectangle width="40" height="28" as="alternateBounds"/>
                    </mxGeometry>
                </mxCell>
                <mxCell id="259" value="file_path : TEXT" style="shape=partialRectangle;connectable=0;fillColor=none;top=0;left=0;bottom=0;right=0;overflow=hidden;" parent="257" vertex="1">
                    <mxGeometry x="40" width="190" height="28" as="geometry">
                        <mxRectangle width="190" height="28" as="alternateBounds"/>
                    </mxGeometry>
                </mxCell>
                <mxCell id="260" value="" style="shape=tableRow;horizontal=0;startSize=0;swimlaneHead=0;swimlaneBody=0;fillColor=none;collapsible=0;dropTarget=0;points=[[0,0.5],[1,0.5]];portConstraint=eastwest;fontSize=12;top=0;left=0;right=0;bottom=1;" parent="250" vertex="1">
                    <mxGeometry y="114" width="230" height="28" as="geometry"/>
                </mxCell>
                <mxCell id="261" value="" style="shape=partialRectangle;connectable=0;fillColor=none;strokeColor=none;top=0;left=0;bottom=0;right=0;overflow=hidden;" parent="260" vertex="1">
                    <mxGeometry width="40" height="28" as="geometry">
                        <mxRectangle width="40" height="28" as="alternateBounds"/>
                    </mxGeometry>
                </mxCell>
                <mxCell id="262" value="alert_types : TEXT" style="shape=partialRectangle;connectable=0;fillColor=none;top=0;left=0;bottom=0;right=0;overflow=hidden;" parent="260" vertex="1">
                    <mxGeometry x="40" width="190" height="28" as="geometry">
                        <mxRectangle width="190" height="28" as="alternateBounds"/>
                    </mxGeometry>
                </mxCell>
                <mxCell id="263" value="" style="shape=tableRow;horizontal=0;startSize=0;swimlaneHead=0;swimlaneBody=0;fillColor=none;collapsible=0;dropTarget=0;points=[[0,0.5],[1,0.5]];portConstraint=eastwest;fontSize=12;top=0;left=0;right=0;bottom=1;" parent="250" vertex="1">
                    <mxGeometry y="142" width="230" height="28" as="geometry"/>
                </mxCell>
                <mxCell id="264" value="" style="shape=partialRectangle;connectable=0;fillColor=none;strokeColor=none;top=0;left=0;bottom=0;right=0;overflow=hidden;" parent="263" vertex="1">
                    <mxGeometry width="40" height="28" as="geometry">
                        <mxRectangle width="40" height="28" as="alternateBounds"/>
                    </mxGeometry>
                </mxCell>
                <mxCell id="265" value="created_at : TEXT" style="shape=partialRectangle;connectable=0;fillColor=none;top=0;left=0;bottom=0;right=0;overflow=hidden;" parent="263" vertex="1">
                    <mxGeometry x="40" width="190" height="28" as="geometry">
                        <mxRectangle width="190" height="28" as="alternateBounds"/>
                    </mxGeometry>
                </mxCell>
                <mxCell id="266" value="" style="shape=tableRow;horizontal=0;startSize=0;swimlaneHead=0;swimlaneBody=0;fillColor=none;collapsible=0;dropTarget=0;points=[[0,0.5],[1,0.5]];portConstraint=eastwest;fontSize=12;top=0;left=0;right=0;bottom=1;" parent="250" vertex="1">
                    <mxGeometry y="170" width="230" height="28" as="geometry"/>
                </mxCell>
                <mxCell id="267" value="" style="shape=partialRectangle;connectable=0;fillColor=none;strokeColor=none;top=0;left=0;bottom=0;right=0;overflow=hidden;" parent="266" vertex="1">
                    <mxGeometry width="40" height="28" as="geometry">
                        <mxRectangle width="40" height="28" as="alternateBounds"/>
                    </mxGeometry>
                </mxCell>
                <mxCell id="268" value="duration_sec : INTEGER" style="shape=partialRectangle;connectable=0;fillColor=none;top=0;left=0;bottom=0;right=0;overflow=hidden;" parent="266" vertex="1">
                    <mxGeometry x="40" width="190" height="28" as="geometry">
                        <mxRectangle width="190" height="28" as="alternateBounds"/>
                    </mxGeometry>
                </mxCell>
                <mxCell id="300" value="1" style="edgeStyle=orthogonalEdgeStyle;html=1;endArrow=ERmany;endFill=0;startArrow=ERmandOne;startFill=0;exitX=0;exitY=0.5;exitDx=0;exitDy=0;entryX=0;entryY=0.5;entryDx=0;entryDy=0;" parent="1" source="3" target="51" edge="1">
                    <mxGeometry relative="1" as="geometry">
                        <mxPoint x="180" y="610" as="targetPoint"/>
                        <Array as="points">
                            <mxPoint x="60" y="134"/>
                            <mxPoint x="60" y="404"/>
                        </Array>
                    </mxGeometry>
                </mxCell>
                <mxCell id="301" value="1" style="edgeStyle=orthogonalEdgeStyle;html=1;endArrow=ERmany;endFill=0;startArrow=ERmandOne;startFill=0;exitX=1;exitY=0.5;exitDx=0;exitDy=0;entryX=1;entryY=0.5;entryDx=0;entryDy=0;" parent="1" source="3" target="101" edge="1">
                    <mxGeometry relative="1" as="geometry">
                        <Array as="points">
                            <mxPoint x="730" y="134"/>
                            <mxPoint x="730" y="404"/>
                        </Array>
                    </mxGeometry>
                </mxCell>
                <mxCell id="302" value="1" style="edgeStyle=orthogonalEdgeStyle;html=1;endArrow=ERmany;endFill=0;startArrow=ERmandOne;startFill=0;exitX=1;exitY=0.5;exitDx=0;exitDy=0;entryX=1;entryY=0.5;entryDx=0;entryDy=0;" parent="1" source="3" target="151" edge="1">
                    <mxGeometry relative="1" as="geometry"/>
                </mxCell>
-                 <mxCell id="303" value="1" style="edgeStyle=orthogonalEdgeStyle;html=1;endArrow=ERmany;endFill=0;startArrow=ERmandOne;startFill=0;exitX=0;exitY=0.5;exitDx=0;exitDy=0;" parent="1" edge="1">
+                 <mxCell id="303" value="1" style="edgeStyle=orthogonalEdgeStyle;html=1;endArrow=ERmany;endFill=0;startArrow=ERmandOne;startFill=0;" parent="1" source="3" edge="1">
                    <mxGeometry relative="1" as="geometry">
-                         <mxPoint x="435" y="110" as="sourcePoint"/>
-                         <mxPoint x="220" y="666" as="targetPoint"/>
+                         <mxPoint x="420" y="140" as="sourcePoint"/>
+                         <mxPoint x="200" y="666" as="targetPoint"/>
                        <Array as="points">
-                             <mxPoint x="410" y="110"/>
-                             <mxPoint x="410" y="586"/>
-                             <mxPoint x="180" y="586"/>
-                             <mxPoint x="180" y="666"/>
+                             <mxPoint x="390" y="134"/>
+                             <mxPoint x="390" y="586"/>
+                             <mxPoint x="160" y="586"/>
+                             <mxPoint x="160" y="666"/>
                        </Array>
                    </mxGeometry>
                </mxCell>
                <mxCell id="304" value="1" style="edgeStyle=orthogonalEdgeStyle;html=1;endArrow=ERmany;endFill=0;startArrow=ERmandOne;startFill=0;exitX=1;exitY=0.5;exitDx=0;exitDy=0;entryX=1;entryY=0.5;entryDx=0;entryDy=0;" parent="1" source="3" target="251" edge="1">
                    <mxGeometry relative="1" as="geometry">
                        <Array as="points">
                            <mxPoint x="800" y="134"/>
                            <mxPoint x="800" y="634"/>
                        </Array>
                    </mxGeometry>
                </mxCell>
            </root>
        </mxGraphModel>
    </diagram>
</mxfile>